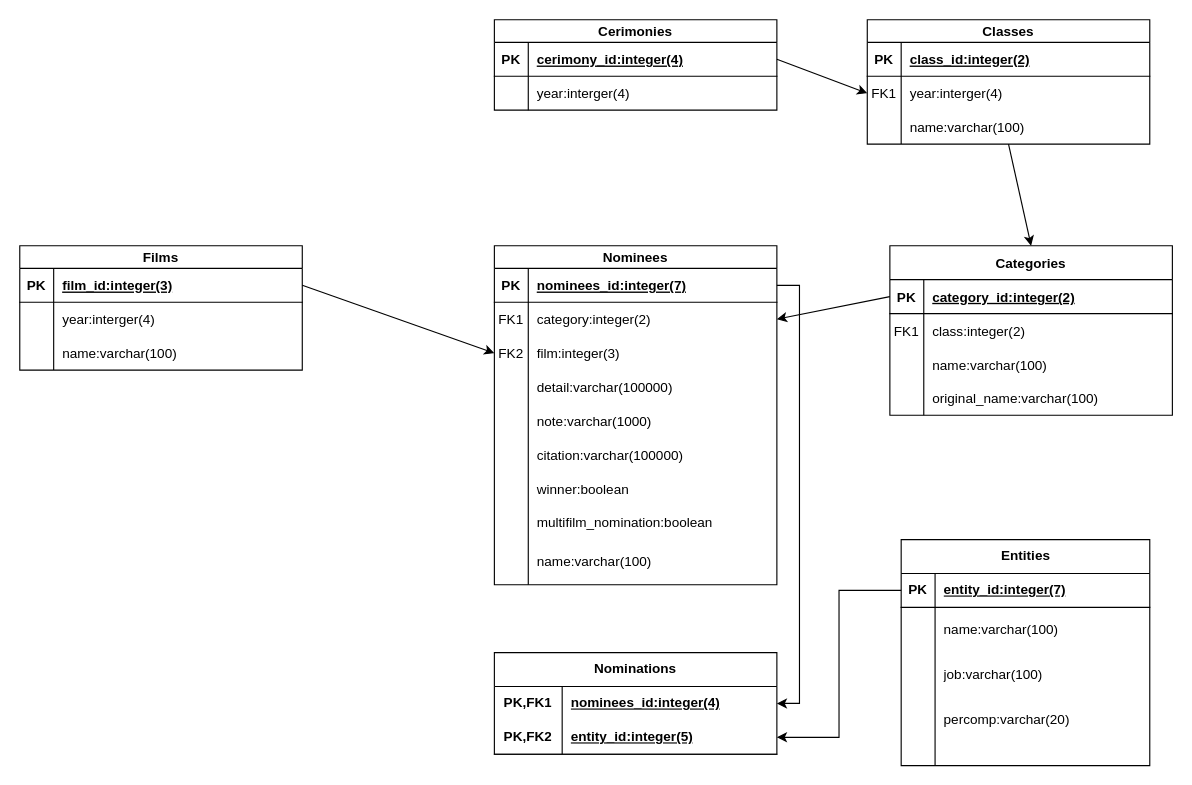
Earlier version of the draw.io diagram modelo_relacional_oscars.drawio (QuAleAcEna/PythonAppOscars). Source tidied: cells renumbered, new cells numbered last; positions are measured from the earlier drawing's top-left corner, leaving out a move shared by most shapes. Both pictures are drawn from the tidied source at 113%, with x=0, y=0 at pixel (19, 19).
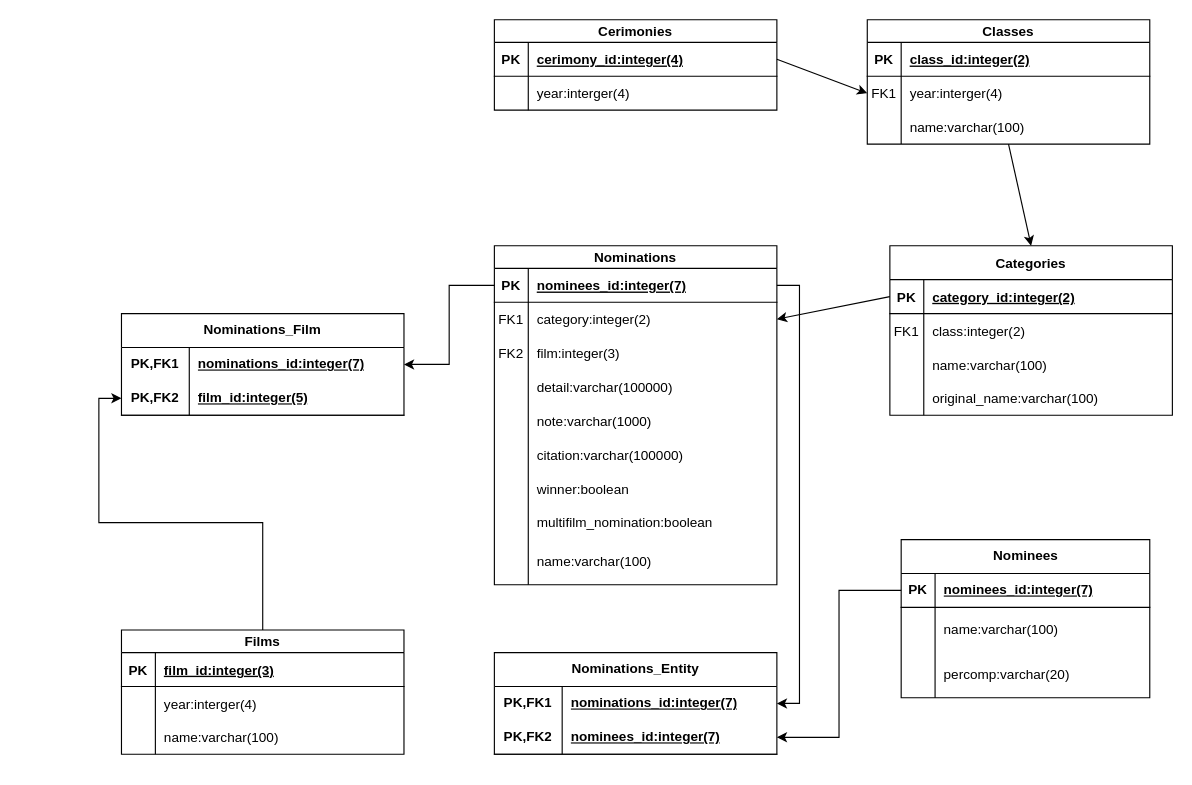
The same diagram, later.

Unchanged cells that the change refers to:
```xml
<mxCell id="33" style="shape=partialRectangle;fillColor=none;points=[[0,0.5],[1,0.5]];portConstraint=eastwest;top=0;left=0;right=0;bottom=1;" parent="32" vertex="1">
  <mxGeometry y="20" width="250" height="30" as="geometry" />
</mxCell>
<mxCell id="44" style="shape=partialRectangle;fillColor=none;points=[[0,0.5],[1,0.5]];portConstraint=eastwest;top=0;left=0;right=0;bottom=1;" parent="43" vertex="1">
  <mxGeometry y="20" width="250" height="30" as="geometry" />
</mxCell>
<mxCell id="50" style="shape=partialRectangle;fillColor=none;points=[[0,0.5],[1,0.5]];portConstraint=eastwest;top=0;left=0;right=0;bottom=0;" parent="43" vertex="1">
  <mxGeometry y="80" width="250" height="30" as="geometry" />
</mxCell>
<mxCell id="59" style="shape=tableRow;horizontal=0;startSize=0;swimlaneHead=0;swimlaneBody=0;fillColor=none;points=[[0,0.5],[1,0.5]];portConstraint=eastwest;top=0;left=0;right=0;bottom=0;html=1;" parent="58" vertex="1">
  <mxGeometry y="30" width="250" height="30" as="geometry" />
</mxCell>
<mxCell id="62" style="shape=tableRow;horizontal=0;startSize=0;swimlaneHead=0;swimlaneBody=0;fillColor=none;points=[[0,0.5],[1,0.5]];portConstraint=eastwest;top=0;left=0;right=0;bottom=1;html=1;" parent="58" vertex="1">
  <mxGeometry y="60" width="250" height="30" as="geometry" />
</mxCell>
<mxCell id="73" style="shape=tableRow;horizontal=0;startSize=0;swimlaneHead=0;swimlaneBody=0;fillColor=none;points=[[0,0.5],[1,0.5]];portConstraint=eastwest;top=0;left=0;right=0;bottom=1;" parent="72" vertex="1">
  <mxGeometry y="30" width="220" height="30" as="geometry" />
</mxCell>
```

The edit, as a diff of the source:
```diff
@@
+    <mxCell id="89" style="edgeStyle=orthogonalEdgeStyle;rounded=0;jettySize=auto;html=1;exitX=0.5;exitY=0;exitDx=0;exitDy=0;entryX=0;entryY=0.5;entryDx=0;entryDy=0;" parent="1" edge="1" source="32" target="94">
+      <mxGeometry relative="1" as="geometry" />
+    </mxCell>
     <mxCell id="32" value="Films" style="shape=table;startSize=20;childLayout=tableLayout;rowLines=0;fontStyle=1;align=center;" parent="1" vertex="1">
-      <mxGeometry y="200" width="250" height="110" as="geometry" />
+      <mxGeometry x="90" y="540" width="250" height="110" as="geometry" />
     </mxCell>
@@
-    <mxCell id="42" style="endArrow=classic;html=1;rounded=0;exitX=1;exitY=0.5;exitDx=0;exitDy=0;entryX=0;entryY=0.5;entryDx=0;entryDy=0;" parent="1" edge="1" source="33" target="50">
-      <mxGeometry relative="1" as="geometry" />
-    </mxCell>
-    <mxCell id="43" value="Nominees" style="shape=table;startSize=20;childLayout=tableLayout;rowLines=0;fontStyle=1;align=center;swimlaneLine=1;" parent="1" vertex="1">
+    <mxCell id="43" value="Nominations" style="shape=table;startSize=20;childLayout=tableLayout;rowLines=0;fontStyle=1;align=center;swimlaneLine=1;" parent="1" vertex="1">
       <mxGeometry x="420" y="200" width="250" height="300" as="geometry" />
     </mxCell>
@@
-    <mxCell id="58" value="Nominations" style="shape=table;startSize=30;childLayout=tableLayout;rowLines=0;fontStyle=1;align=center;html=1;whiteSpace=wrap;" parent="1" vertex="1">
+    <mxCell id="58" value="Nominations_Entity" style="shape=table;startSize=30;childLayout=tableLayout;rowLines=0;fontStyle=1;align=center;html=1;whiteSpace=wrap;" parent="1" vertex="1">
       <mxGeometry x="420" y="560" width="250" height="90" as="geometry" />
     </mxCell>
@@
-    <mxCell id="61" value="nominees_id:integer(4)" style="shape=partialRectangle;fillColor=none;top=0;left=0;bottom=0;right=0;align=left;spacingLeft=6;fontStyle=5;overflow=hidden;html=1;whiteSpace=wrap;" parent="59" vertex="1">
+    <mxCell id="61" value="nominations_id:integer(7)" style="shape=partialRectangle;fillColor=none;top=0;left=0;bottom=0;right=0;align=left;spacingLeft=6;fontStyle=5;overflow=hidden;html=1;whiteSpace=wrap;" parent="59" vertex="1">
       <mxGeometry x="60" width="190" height="30" as="geometry" />
     </mxCell>
@@
-    <mxCell id="64" value="entity_id:integer(5)" style="shape=partialRectangle;fillColor=none;top=0;left=0;bottom=0;right=0;align=left;spacingLeft=6;fontStyle=5;overflow=hidden;html=1;whiteSpace=wrap;" parent="62" vertex="1">
+    <mxCell id="64" value="nominees_id:integer(7)" style="shape=partialRectangle;fillColor=none;top=0;left=0;bottom=0;right=0;align=left;spacingLeft=6;fontStyle=5;overflow=hidden;html=1;whiteSpace=wrap;" parent="62" vertex="1">
       <mxGeometry x="60" width="190" height="30" as="geometry" />
     </mxCell>
@@
-    <mxCell id="72" value="Entities" style="shape=table;startSize=30;childLayout=tableLayout;rowLines=0;fontStyle=1;align=center;html=1;" parent="1" vertex="1">
-      <mxGeometry x="780" y="460" width="220" height="200" as="geometry" />
+    <mxCell id="72" value="Nominees" style="shape=table;startSize=30;childLayout=tableLayout;rowLines=0;fontStyle=1;align=center;html=1;" parent="1" vertex="1">
+      <mxGeometry x="780" y="460" width="220" height="140" as="geometry" />
     </mxCell>
@@
-    <mxCell id="75" value="entity_id:integer(7)" style="shape=partialRectangle;fillColor=none;top=0;left=0;bottom=0;right=0;align=left;spacingLeft=6;fontStyle=5;overflow=hidden;whiteSpace=wrap;html=1;" parent="73" vertex="1">
+    <mxCell id="75" value="nominees_id:integer(7)" style="shape=partialRectangle;fillColor=none;top=0;left=0;bottom=0;right=0;align=left;spacingLeft=6;fontStyle=5;overflow=hidden;whiteSpace=wrap;html=1;" parent="73" vertex="1">
       <mxGeometry x="30" width="190" height="30" as="geometry" />
     </mxCell>
@@
-    <mxCell id="79" style="shape=tableRow;horizontal=0;startSize=0;swimlaneHead=0;swimlaneBody=0;fillColor=none;top=0;left=0;right=0;bottom=0;" parent="72" vertex="1">
-      <mxGeometry y="100" width="220" height="40" as="geometry" />
-    </mxCell>
-    <mxCell id="80" style="shape=partialRectangle;fillColor=none;top=0;left=0;bottom=0;right=0;overflow=hidden;whiteSpace=wrap;html=1;" parent="79" vertex="1">
-      <mxGeometry width="30" height="40" as="geometry" />
-    </mxCell>
-    <mxCell id="81" value="job:varchar(100)" style="shape=partialRectangle;fillColor=none;top=0;left=0;bottom=0;right=0;align=left;spacingLeft=6;overflow=hidden;whiteSpace=wrap;html=1;" parent="79" vertex="1">
-      <mxGeometry x="30" width="190" height="40" as="geometry" />
-    </mxCell>
     <mxCell id="82" style="shape=tableRow;horizontal=0;startSize=0;swimlaneHead=0;swimlaneBody=0;fillColor=none;top=0;left=0;right=0;bottom=0;" parent="72" vertex="1">
-      <mxGeometry y="140" width="220" height="40" as="geometry" />
+      <mxGeometry y="100" width="220" height="40" as="geometry" />
     </mxCell>
@@
-    <mxCell id="85" style="shape=tableRow;horizontal=0;startSize=0;swimlaneHead=0;swimlaneBody=0;fillColor=none;top=0;left=0;right=0;bottom=0;" parent="72" vertex="1">
-      <mxGeometry y="180" width="220" height="20" as="geometry" />
-    </mxCell>
-    <mxCell id="86" style="shape=partialRectangle;fillColor=none;top=0;left=0;bottom=0;right=0;overflow=hidden;whiteSpace=wrap;html=1;" parent="85" vertex="1">
-      <mxGeometry width="30" height="20" as="geometry" />
-    </mxCell>
-    <mxCell id="87" style="shape=partialRectangle;fillColor=none;top=0;left=0;bottom=0;right=0;align=left;spacingLeft=6;overflow=hidden;whiteSpace=wrap;html=1;" parent="85" vertex="1">
-      <mxGeometry x="30" width="190" height="20" as="geometry" />
-    </mxCell>
@@
+    <mxCell id="90" value="Nominations_Film" style="shape=table;startSize=30;childLayout=tableLayout;rowLines=0;fontStyle=1;align=center;html=1;whiteSpace=wrap;" parent="1" vertex="1">
+      <mxGeometry x="90" y="260" width="250" height="90" as="geometry" />
+    </mxCell>
+    <mxCell id="91" style="shape=tableRow;horizontal=0;startSize=0;swimlaneHead=0;swimlaneBody=0;fillColor=none;points=[[0,0.5],[1,0.5]];portConstraint=eastwest;top=0;left=0;right=0;bottom=0;html=1;" parent="90" vertex="1">
+      <mxGeometry y="30" width="250" height="30" as="geometry" />
+    </mxCell>
+    <mxCell id="92" value="PK,FK1" style="shape=partialRectangle;fillColor=none;top=0;left=0;bottom=0;right=0;fontStyle=1;overflow=hidden;html=1;whiteSpace=wrap;" parent="91" vertex="1">
+      <mxGeometry width="60" height="30" as="geometry" />
+    </mxCell>
+    <mxCell id="93" value="nominations_id:integer(7)" style="shape=partialRectangle;fillColor=none;top=0;left=0;bottom=0;right=0;align=left;spacingLeft=6;fontStyle=5;overflow=hidden;html=1;whiteSpace=wrap;" parent="91" vertex="1">
+      <mxGeometry x="60" width="190" height="30" as="geometry" />
+    </mxCell>
+    <mxCell id="94" style="shape=tableRow;horizontal=0;startSize=0;swimlaneHead=0;swimlaneBody=0;fillColor=none;points=[[0,0.5],[1,0.5]];portConstraint=eastwest;top=0;left=0;right=0;bottom=1;html=1;" parent="90" vertex="1">
+      <mxGeometry y="60" width="250" height="30" as="geometry" />
+    </mxCell>
+    <mxCell id="95" value="PK,FK2" style="shape=partialRectangle;fillColor=none;top=0;left=0;bottom=0;right=0;fontStyle=1;overflow=hidden;html=1;whiteSpace=wrap;" parent="94" vertex="1">
+      <mxGeometry width="60" height="30" as="geometry" />
+    </mxCell>
+    <mxCell id="96" value="film_id:integer(5)" style="shape=partialRectangle;fillColor=none;top=0;left=0;bottom=0;right=0;align=left;spacingLeft=6;fontStyle=5;overflow=hidden;html=1;whiteSpace=wrap;" parent="94" vertex="1">
+      <mxGeometry x="60" width="190" height="30" as="geometry" />
+    </mxCell>
+    <mxCell id="97" style="edgeStyle=orthogonalEdgeStyle;rounded=0;jettySize=auto;html=1;exitX=0;exitY=0.5;exitDx=0;exitDy=0;entryX=1;entryY=0.5;entryDx=0;entryDy=0;" parent="1" edge="1" source="44" target="91">
+      <mxGeometry relative="1" as="geometry" />
+    </mxCell>
```
